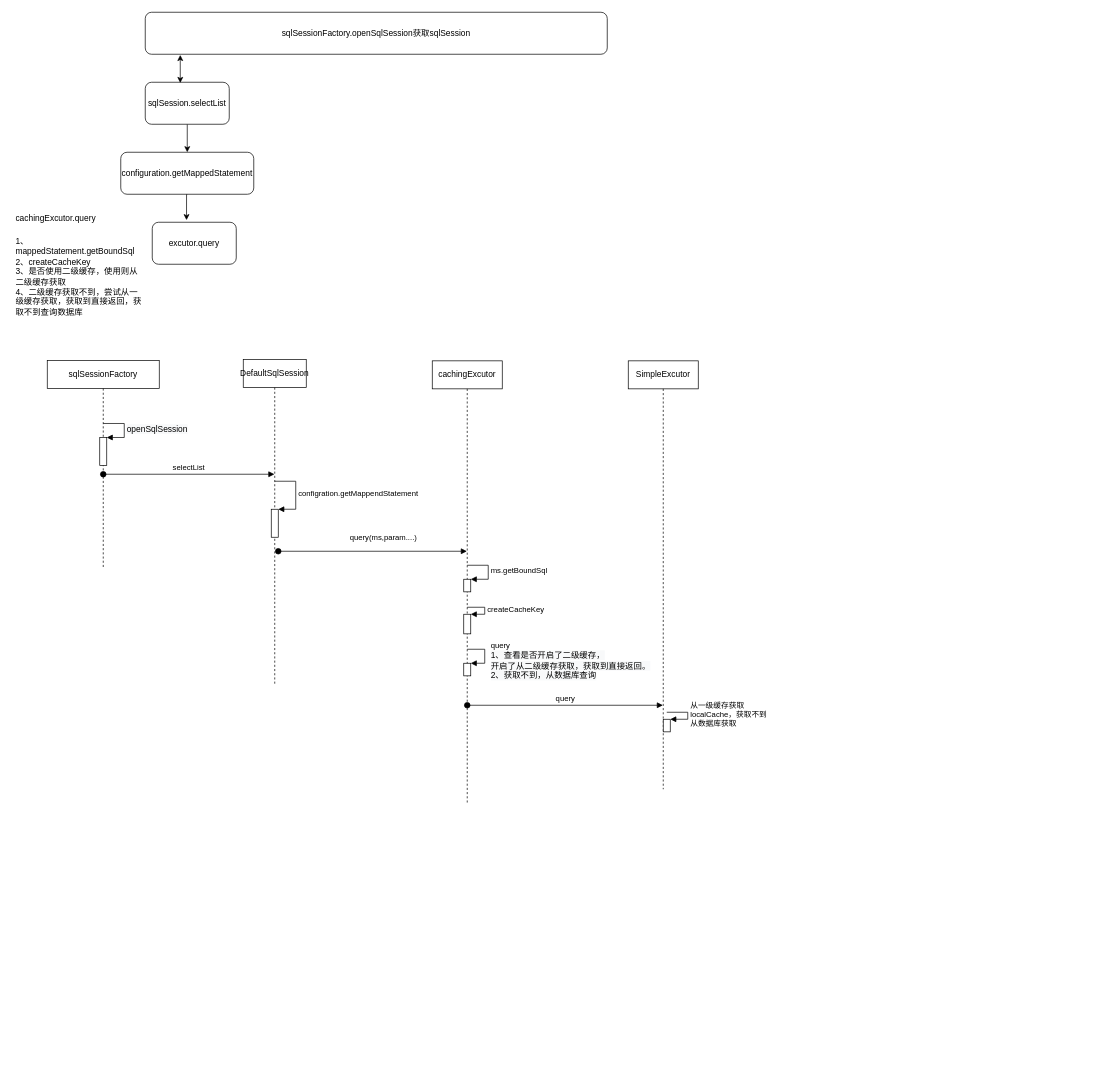
Earlier version of the draw.io diagram mybatis.drawio (qinhaohao1114/my-draw). Source tidied: cells renumbered, new cells numbered last; positions are measured from the earlier drawing's top-left corner, leaving out a move shared by most shapes. Both pictures are drawn from the tidied source at 70%, with x=0, y=0 at pixel (12, 12).
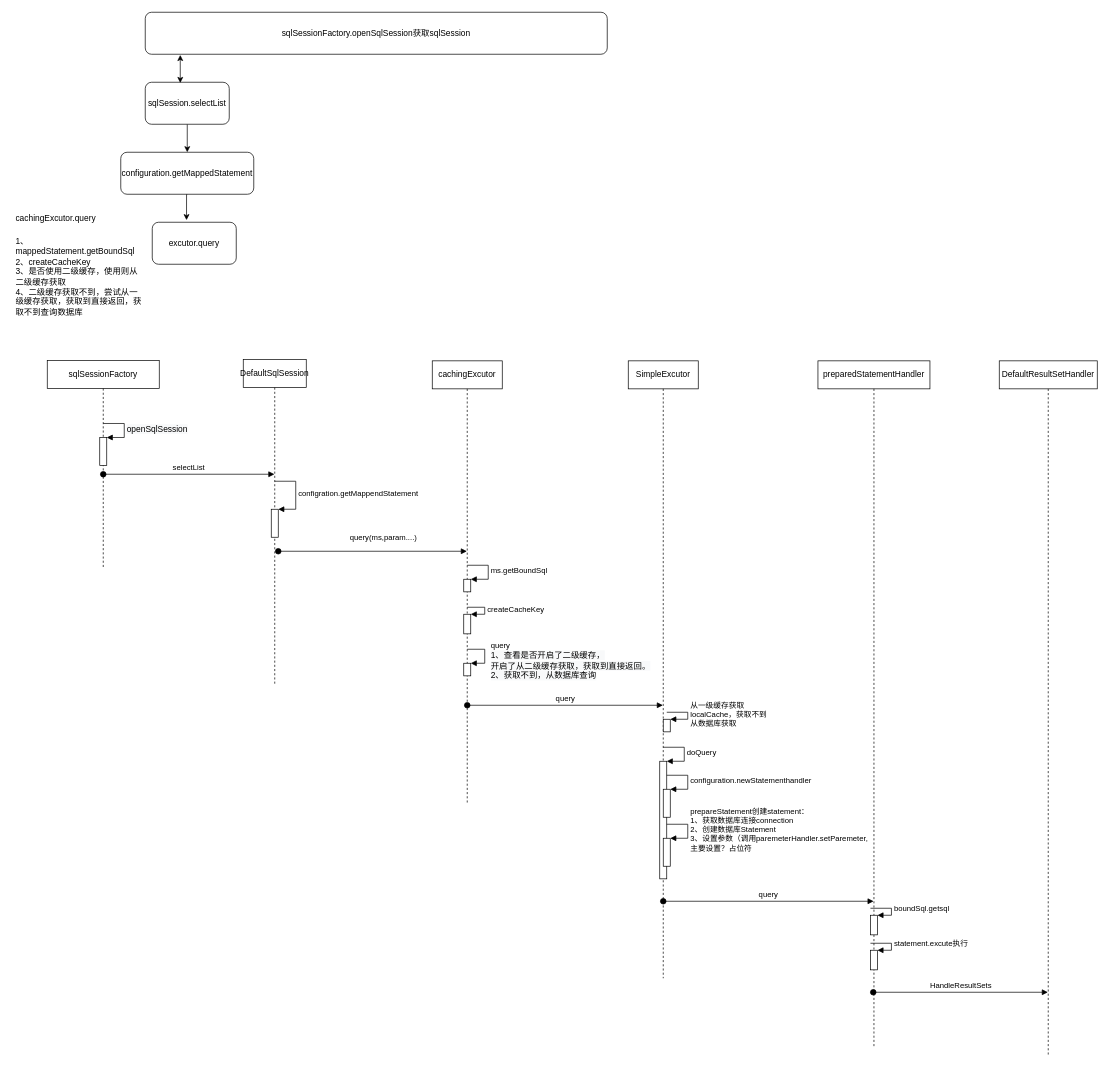
The same diagram, later.

Diff of the diagram source:
```diff
@@
     <mxCell id="26" value="SimpleExcutor" style="shape=umlLifeline;perimeter=lifelinePerimeter;whiteSpace=wrap;html=1;outlineConnect=0;" parent="1" vertex="1">
-      <mxGeometry x="880" y="498" width="100" height="612" as="geometry" />
+      <mxGeometry x="880" y="498" width="100" height="882" as="geometry" />
     </mxCell>
@@
+    <mxCell id="29" style="html=1;points=[];perimeter=orthogonalPerimeter;" parent="26" vertex="1">
+      <mxGeometry x="45" y="572" width="10" height="168" as="geometry" />
+    </mxCell>
+    <mxCell id="30" value="doQuery" style="edgeStyle=orthogonalEdgeStyle;html=1;align=left;spacingLeft=2;endArrow=block;rounded=0;entryX=1;entryY=0;" parent="26" edge="1" target="29">
+      <mxGeometry relative="1" as="geometry">
+        <mxPoint x="50" y="552" as="sourcePoint" />
+        <Array as="points">
+          <mxPoint x="80" y="552" />
+        </Array>
+      </mxGeometry>
+    </mxCell>
+    <mxCell id="31" style="html=1;points=[];perimeter=orthogonalPerimeter;" parent="26" vertex="1">
+      <mxGeometry x="50" y="612" width="10" height="40" as="geometry" />
+    </mxCell>
+    <mxCell id="32" value="configuration.newStatementhandler" style="edgeStyle=orthogonalEdgeStyle;html=1;align=left;spacingLeft=2;endArrow=block;rounded=0;entryX=1;entryY=0;" parent="26" edge="1" target="31">
+      <mxGeometry relative="1" as="geometry">
+        <mxPoint x="55" y="592" as="sourcePoint" />
+        <Array as="points">
+          <mxPoint x="85" y="592" />
+        </Array>
+      </mxGeometry>
+    </mxCell>
+    <mxCell id="33" style="html=1;points=[];perimeter=orthogonalPerimeter;" parent="26" vertex="1">
+      <mxGeometry x="50" y="682" width="10" height="40" as="geometry" />
+    </mxCell>
+    <mxCell id="34" value="prepareStatement创建statement：&lt;br&gt;1、获取数据库连接connection&lt;br&gt;2、创建数据库Statement&lt;br&gt;3、设置参数（调用paremeterHandler.setParemeter,&lt;br&gt;主要设置？占位符" style="edgeStyle=orthogonalEdgeStyle;html=1;align=left;spacingLeft=2;endArrow=block;rounded=0;entryX=1;entryY=0;" parent="26" edge="1" target="33">
+      <mxGeometry relative="1" as="geometry">
+        <mxPoint x="55" y="662" as="sourcePoint" />
+        <Array as="points">
+          <mxPoint x="85" y="662" />
+        </Array>
+      </mxGeometry>
+    </mxCell>
+    <mxCell id="35" value="query" style="html=1;verticalAlign=bottom;startArrow=oval;startFill=1;endArrow=block;startSize=8;" parent="26" edge="1" target="36">
+      <mxGeometry relative="1" as="geometry">
+        <mxPoint x="50" y="772" as="sourcePoint" />
+      </mxGeometry>
+    </mxCell>
+    <mxCell id="36" value="preparedStatementHandler" style="shape=umlLifeline;perimeter=lifelinePerimeter;whiteSpace=wrap;html=1;outlineConnect=0;" parent="1" vertex="1">
+      <mxGeometry x="1151" y="498" width="160" height="982" as="geometry" />
+    </mxCell>
+    <mxCell id="37" style="html=1;points=[];perimeter=orthogonalPerimeter;" parent="36" vertex="1">
+      <mxGeometry x="75" y="792" width="10" height="28" as="geometry" />
+    </mxCell>
+    <mxCell id="38" value="boundSql.getsql" style="edgeStyle=orthogonalEdgeStyle;html=1;align=left;spacingLeft=2;endArrow=block;rounded=0;entryX=1;entryY=0;" parent="36" edge="1" target="37">
+      <mxGeometry relative="1" as="geometry">
+        <mxPoint x="75" y="782" as="sourcePoint" />
+        <Array as="points">
+          <mxPoint x="105" y="782" />
+        </Array>
+      </mxGeometry>
+    </mxCell>
+    <mxCell id="39" style="html=1;points=[];perimeter=orthogonalPerimeter;" parent="36" vertex="1">
+      <mxGeometry x="75" y="842" width="10" height="28" as="geometry" />
+    </mxCell>
+    <mxCell id="40" value="statement.excute执行" style="edgeStyle=orthogonalEdgeStyle;html=1;align=left;spacingLeft=2;endArrow=block;rounded=0;entryX=1;entryY=0;" parent="36" edge="1" target="39">
+      <mxGeometry relative="1" as="geometry">
+        <mxPoint x="75" y="832" as="sourcePoint" />
+        <Array as="points">
+          <mxPoint x="105" y="832" />
+        </Array>
+      </mxGeometry>
+    </mxCell>
+    <mxCell id="41" value="HandleResultSets" style="html=1;verticalAlign=bottom;startArrow=oval;startFill=1;endArrow=block;startSize=8;" parent="36" edge="1" target="42">
+      <mxGeometry relative="1" as="geometry">
+        <mxPoint x="79" y="902" as="sourcePoint" />
+      </mxGeometry>
+    </mxCell>
+    <mxCell id="42" value="DefaultResultSetHandler" style="shape=umlLifeline;perimeter=lifelinePerimeter;whiteSpace=wrap;html=1;outlineConnect=0;" parent="1" vertex="1">
+      <mxGeometry x="1410" y="498" width="140" height="992" as="geometry" />
+    </mxCell>
```
